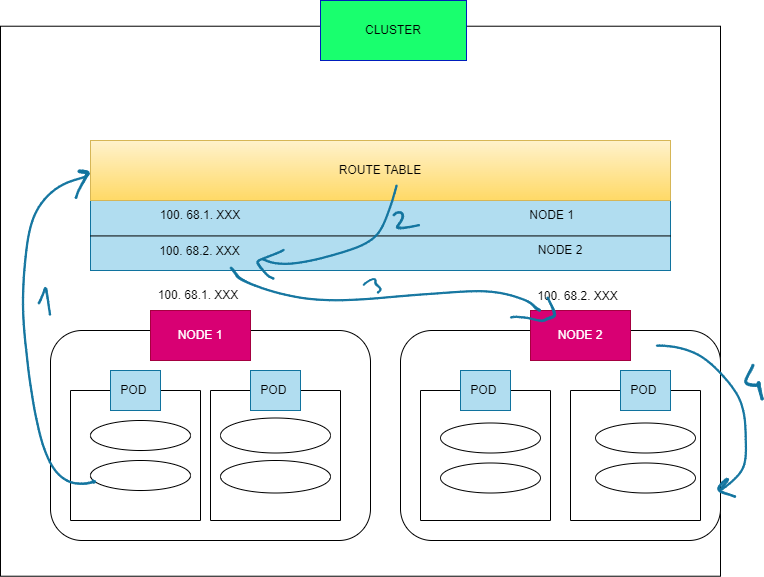
Before: Page_images/P2p _different_node.png, a diagram exported from draw.io (dikshita-git/RP_Study-on-Ingress-and-its-security-IPv4-IPv6-). Source tidied: cells renumbered, new cells last; positions are measured from the earlier drawing's top-left corner, leaving out a move shared by most shapes.
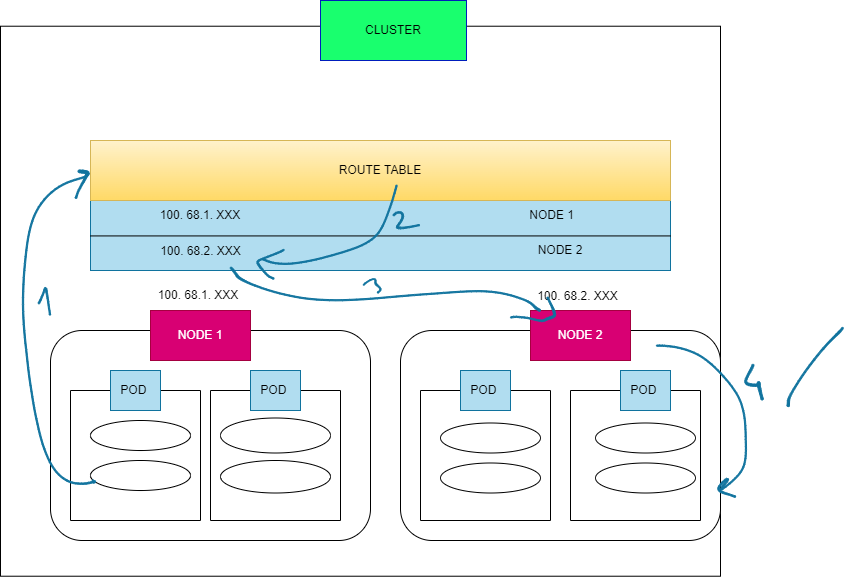
Later version of the same file.

Diff of the diagram source:
```diff
@@ -137,5 +137,8 @@
     <mxCell id="44" style="shape=(stored shape, 1192 characters);lineShape=1;rounded=1;fontFamily=Helvetica;fontSize=12;fontColor=default;strokeColor=#10739e;fillColor=#b1ddf0;html=1;" parent="1" vertex="1">
       <mxGeometry x="744.3" y="363.8" width="18.5" height="35.6" as="geometry" />
     </mxCell>
+    <mxCell id="45" style="shape=(stored shape, 1020 characters);lineShape=1;rounded=1;fontFamily=Helvetica;fontSize=12;fontColor=default;strokeColor=#10739e;fillColor=#b1ddf0;html=1;" parent="1" vertex="1">
+      <mxGeometry x="786.6" y="326.8" width="56.3" height="79.3" as="geometry" />
+    </mxCell>
   </root>
 </mxGraphModel>
```
